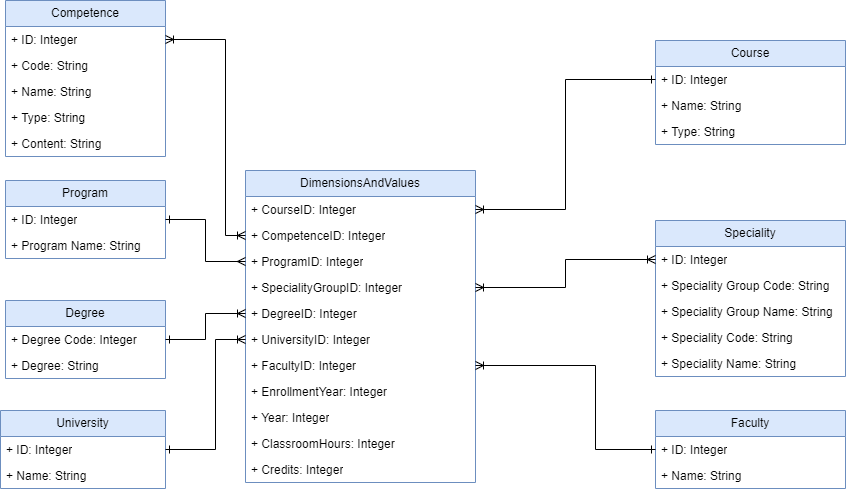
Above: Lab Work №3/docs/DWH.png in yunas-x/Diploma (draw.io), before the change. Source tidied: cells renumbered, new cells last; positions are measured from the earlier drawing's top-left corner, leaving out a move shared by most shapes. Its diagram source:
```xml
<mxGraphModel>
  <root>
    <mxCell id="0" />
    <mxCell id="1" parent="0" />
    <mxCell id="2" value="DimensionsAndValues" style="swimlane;fontStyle=0;horizontal=1;startSize=26;fillColor=#dae8fc;whiteSpace=wrap;html=1;strokeColor=#6c8ebf;" parent="1" vertex="1">
      <mxGeometry x="245" y="170" width="230" height="312" as="geometry" />
    </mxCell>
    <mxCell id="3" value="+ CourseID: Integer" style="text;strokeColor=none;fillColor=none;align=left;verticalAlign=top;spacingLeft=4;spacingRight=4;overflow=hidden;points=[[0,0.5],[1,0.5]];portConstraint=eastwest;whiteSpace=wrap;html=1;" parent="2" vertex="1">
      <mxGeometry y="26" width="230" height="26" as="geometry" />
    </mxCell>
    <mxCell id="4" value="+ CompetenceID: Integer" style="text;strokeColor=none;fillColor=none;align=left;verticalAlign=top;spacingLeft=4;spacingRight=4;overflow=hidden;points=[[0,0.5],[1,0.5]];portConstraint=eastwest;whiteSpace=wrap;html=1;" parent="2" vertex="1">
      <mxGeometry y="52" width="230" height="26" as="geometry" />
    </mxCell>
    <mxCell id="5" value="+ ProgramID: Integer" style="text;strokeColor=none;fillColor=none;align=left;verticalAlign=top;spacingLeft=4;spacingRight=4;overflow=hidden;points=[[0,0.5],[1,0.5]];portConstraint=eastwest;whiteSpace=wrap;html=1;" parent="2" vertex="1">
      <mxGeometry y="78" width="230" height="26" as="geometry" />
    </mxCell>
    <mxCell id="6" value="+ SpecialityGroupID: Integer" style="text;strokeColor=none;fillColor=none;align=left;verticalAlign=top;spacingLeft=4;spacingRight=4;overflow=hidden;points=[[0,0.5],[1,0.5]];portConstraint=eastwest;whiteSpace=wrap;html=1;" parent="2" vertex="1">
      <mxGeometry y="104" width="230" height="26" as="geometry" />
    </mxCell>
    <mxCell id="7" value="+ DegreeID: Integer" style="text;strokeColor=none;fillColor=none;align=left;verticalAlign=top;spacingLeft=4;spacingRight=4;overflow=hidden;points=[[0,0.5],[1,0.5]];portConstraint=eastwest;whiteSpace=wrap;html=1;" parent="2" vertex="1">
      <mxGeometry y="130" width="230" height="26" as="geometry" />
    </mxCell>
    <mxCell id="8" value="+ UniversityID: Integer" style="text;strokeColor=none;fillColor=none;align=left;verticalAlign=top;spacingLeft=4;spacingRight=4;overflow=hidden;points=[[0,0.5],[1,0.5]];portConstraint=eastwest;whiteSpace=wrap;html=1;" parent="2" vertex="1">
      <mxGeometry y="156" width="230" height="26" as="geometry" />
    </mxCell>
    <mxCell id="9" value="+ FacultyID: Integer" style="text;strokeColor=none;fillColor=none;align=left;verticalAlign=top;spacingLeft=4;spacingRight=4;overflow=hidden;points=[[0,0.5],[1,0.5]];portConstraint=eastwest;whiteSpace=wrap;html=1;" parent="2" vertex="1">
      <mxGeometry y="182" width="230" height="26" as="geometry" />
    </mxCell>
    <mxCell id="10" value="+ EnrollmentYear: Integer" style="text;strokeColor=none;fillColor=none;align=left;verticalAlign=top;spacingLeft=4;spacingRight=4;overflow=hidden;whiteSpace=wrap;html=1;" parent="2" vertex="1">
      <mxGeometry y="208" width="230" height="26" as="geometry" />
    </mxCell>
    <mxCell id="11" value="+ Year: Integer" style="text;strokeColor=none;fillColor=none;align=left;verticalAlign=top;spacingLeft=4;spacingRight=4;overflow=hidden;whiteSpace=wrap;html=1;" parent="2" vertex="1">
      <mxGeometry y="234" width="230" height="26" as="geometry" />
    </mxCell>
    <mxCell id="12" value="+ ClassroomHours&lt;span style=&quot;background-color: initial;&quot;&gt;: Integer&lt;/span&gt;" style="text;strokeColor=none;fillColor=none;align=left;verticalAlign=top;spacingLeft=4;spacingRight=4;overflow=hidden;whiteSpace=wrap;html=1;" parent="2" vertex="1">
      <mxGeometry y="260" width="230" height="26" as="geometry" />
    </mxCell>
    <mxCell id="13" value="+ Credits: Integer" style="text;strokeColor=none;fillColor=none;align=left;verticalAlign=top;spacingLeft=4;spacingRight=4;overflow=hidden;whiteSpace=wrap;html=1;" parent="2" vertex="1">
      <mxGeometry y="286" width="230" height="26" as="geometry" />
    </mxCell>
    <mxCell id="14" value="Course" style="swimlane;fontStyle=0;horizontal=1;startSize=26;fillColor=#dae8fc;whiteSpace=wrap;html=1;strokeColor=#6c8ebf;" parent="1" vertex="1">
      <mxGeometry x="655" y="40" width="190" height="104" as="geometry" />
    </mxCell>
    <mxCell id="15" value="+ ID: Integer" style="text;strokeColor=none;fillColor=none;align=left;verticalAlign=top;spacingLeft=4;spacingRight=4;overflow=hidden;points=[[0,0.5],[1,0.5]];portConstraint=eastwest;whiteSpace=wrap;html=1;" parent="14" vertex="1">
      <mxGeometry y="26" width="190" height="26" as="geometry" />
    </mxCell>
    <mxCell id="16" value="+ Name: String" style="text;strokeColor=none;fillColor=none;align=left;verticalAlign=top;spacingLeft=4;spacingRight=4;overflow=hidden;whiteSpace=wrap;html=1;" parent="14" vertex="1">
      <mxGeometry y="52" width="190" height="26" as="geometry" />
    </mxCell>
    <mxCell id="17" value="+ Type: String" style="text;strokeColor=none;fillColor=none;align=left;verticalAlign=top;spacingLeft=4;spacingRight=4;overflow=hidden;whiteSpace=wrap;html=1;" parent="14" vertex="1">
      <mxGeometry y="78" width="190" height="26" as="geometry" />
    </mxCell>
    <mxCell id="18" style="edgeStyle=orthogonalEdgeStyle;rounded=0;jettySize=auto;html=1;startArrow=ERoneToMany;startFill=0;endArrow=ERone;endFill=0;" parent="1" edge="1" source="3" target="15">
      <mxGeometry relative="1" as="geometry" />
    </mxCell>
    <mxCell id="19" value="Program" style="swimlane;fontStyle=0;horizontal=1;startSize=26;fillColor=#dae8fc;whiteSpace=wrap;html=1;strokeColor=#6c8ebf;" parent="1" vertex="1">
      <mxGeometry x="5" y="180" width="160" height="78" as="geometry" />
    </mxCell>
    <mxCell id="20" value="+ ID: Integer" style="text;strokeColor=none;fillColor=none;align=left;verticalAlign=top;spacingLeft=4;spacingRight=4;overflow=hidden;points=[[0,0.5],[1,0.5]];portConstraint=eastwest;whiteSpace=wrap;html=1;" parent="19" vertex="1">
      <mxGeometry y="26" width="160" height="26" as="geometry" />
    </mxCell>
    <mxCell id="21" value="+ Program Name: String" style="text;strokeColor=none;fillColor=none;align=left;verticalAlign=top;spacingLeft=4;spacingRight=4;overflow=hidden;whiteSpace=wrap;html=1;" parent="19" vertex="1">
      <mxGeometry y="52" width="160" height="26" as="geometry" />
    </mxCell>
    <mxCell id="22" style="edgeStyle=orthogonalEdgeStyle;rounded=0;jettySize=auto;html=1;entryX=0;entryY=0.5;entryDx=0;entryDy=0;endArrow=ERmany;endFill=0;startArrow=ERone;startFill=0;" parent="1" edge="1" source="20" target="5">
      <mxGeometry relative="1" as="geometry" />
    </mxCell>
    <mxCell id="23" value="Competence" style="swimlane;fontStyle=0;horizontal=1;startSize=26;fillColor=#dae8fc;whiteSpace=wrap;html=1;strokeColor=#6c8ebf;" parent="1" vertex="1">
      <mxGeometry x="5" width="160" height="156" as="geometry" />
    </mxCell>
    <mxCell id="24" value="+ ID: Integer" style="text;strokeColor=none;fillColor=none;align=left;verticalAlign=top;spacingLeft=4;spacingRight=4;overflow=hidden;points=[[0,0.5],[1,0.5]];portConstraint=eastwest;whiteSpace=wrap;html=1;" parent="23" vertex="1">
      <mxGeometry y="26" width="160" height="26" as="geometry" />
    </mxCell>
    <mxCell id="25" value="+ Code: String" style="text;strokeColor=none;fillColor=none;align=left;verticalAlign=top;spacingLeft=4;spacingRight=4;overflow=hidden;whiteSpace=wrap;html=1;" parent="23" vertex="1">
      <mxGeometry y="52" width="160" height="26" as="geometry" />
    </mxCell>
    <mxCell id="26" value="+ Name: String" style="text;strokeColor=none;fillColor=none;align=left;verticalAlign=top;spacingLeft=4;spacingRight=4;overflow=hidden;whiteSpace=wrap;html=1;" parent="23" vertex="1">
      <mxGeometry y="78" width="160" height="26" as="geometry" />
    </mxCell>
    <mxCell id="27" value="+ Type: String" style="text;strokeColor=none;fillColor=none;align=left;verticalAlign=top;spacingLeft=4;spacingRight=4;overflow=hidden;whiteSpace=wrap;html=1;" parent="23" vertex="1">
      <mxGeometry y="104" width="160" height="26" as="geometry" />
    </mxCell>
    <mxCell id="28" value="+ Content: String" style="text;strokeColor=none;fillColor=none;align=left;verticalAlign=top;spacingLeft=4;spacingRight=4;overflow=hidden;whiteSpace=wrap;html=1;" parent="23" vertex="1">
      <mxGeometry y="130" width="160" height="26" as="geometry" />
    </mxCell>
    <mxCell id="29" style="edgeStyle=orthogonalEdgeStyle;rounded=0;jettySize=auto;html=1;entryX=0;entryY=0.5;entryDx=0;entryDy=0;endArrow=ERoneToMany;endFill=0;startArrow=ERoneToMany;startFill=0;" parent="1" edge="1" source="24" target="4">
      <mxGeometry relative="1" as="geometry">
        <Array as="points">
          <mxPoint x="225" y="39" />
          <mxPoint x="225" y="235" />
        </Array>
      </mxGeometry>
    </mxCell>
    <mxCell id="30" value="Speciality" style="swimlane;fontStyle=0;horizontal=1;startSize=26;fillColor=#dae8fc;whiteSpace=wrap;html=1;strokeColor=#6c8ebf;" parent="1" vertex="1">
      <mxGeometry x="655" y="220" width="190" height="156" as="geometry" />
    </mxCell>
    <mxCell id="31" value="+ ID: Integer" style="text;strokeColor=none;fillColor=none;align=left;verticalAlign=top;spacingLeft=4;spacingRight=4;overflow=hidden;points=[[0,0.5],[1,0.5]];portConstraint=eastwest;whiteSpace=wrap;html=1;" parent="30" vertex="1">
      <mxGeometry y="26" width="190" height="26" as="geometry" />
    </mxCell>
    <mxCell id="32" value="+ Speciality Group Code: String" style="text;strokeColor=none;fillColor=none;align=left;verticalAlign=top;spacingLeft=4;spacingRight=4;overflow=hidden;whiteSpace=wrap;html=1;" parent="30" vertex="1">
      <mxGeometry y="52" width="190" height="26" as="geometry" />
    </mxCell>
    <mxCell id="33" value="+ Speciality Group Name: String" style="text;strokeColor=none;fillColor=none;align=left;verticalAlign=top;spacingLeft=4;spacingRight=4;overflow=hidden;whiteSpace=wrap;html=1;" parent="30" vertex="1">
      <mxGeometry y="78" width="190" height="26" as="geometry" />
    </mxCell>
    <mxCell id="34" value="+ Speciality Code: String" style="text;strokeColor=none;fillColor=none;align=left;verticalAlign=top;spacingLeft=4;spacingRight=4;overflow=hidden;whiteSpace=wrap;html=1;" parent="30" vertex="1">
      <mxGeometry y="104" width="190" height="26" as="geometry" />
    </mxCell>
    <mxCell id="35" value="+ Speciality Name: String" style="text;strokeColor=none;fillColor=none;align=left;verticalAlign=top;spacingLeft=4;spacingRight=4;overflow=hidden;whiteSpace=wrap;html=1;" parent="30" vertex="1">
      <mxGeometry y="130" width="190" height="26" as="geometry" />
    </mxCell>
    <mxCell id="36" style="edgeStyle=orthogonalEdgeStyle;rounded=0;jettySize=auto;html=1;startArrow=ERoneToMany;startFill=0;endArrow=ERoneToMany;endFill=0;entryX=0;entryY=0.5;entryDx=0;entryDy=0;" parent="1" edge="1" source="6" target="31">
      <mxGeometry relative="1" as="geometry" />
    </mxCell>
    <mxCell id="37" value="Degree" style="swimlane;fontStyle=0;horizontal=1;startSize=26;fillColor=#dae8fc;whiteSpace=wrap;html=1;strokeColor=#6c8ebf;" parent="1" vertex="1">
      <mxGeometry x="5" y="300" width="160" height="78" as="geometry" />
    </mxCell>
    <mxCell id="38" value="+ Degree Code: Integer" style="text;strokeColor=none;fillColor=none;align=left;verticalAlign=top;spacingLeft=4;spacingRight=4;overflow=hidden;points=[[0,0.5],[1,0.5]];portConstraint=eastwest;whiteSpace=wrap;html=1;" parent="37" vertex="1">
      <mxGeometry y="26" width="160" height="26" as="geometry" />
    </mxCell>
    <mxCell id="39" value="+ Degree: String" style="text;strokeColor=none;fillColor=none;align=left;verticalAlign=top;spacingLeft=4;spacingRight=4;overflow=hidden;whiteSpace=wrap;html=1;" parent="37" vertex="1">
      <mxGeometry y="52" width="160" height="26" as="geometry" />
    </mxCell>
    <mxCell id="40" style="edgeStyle=orthogonalEdgeStyle;rounded=0;jettySize=auto;html=1;startArrow=ERoneToMany;startFill=0;endArrow=ERone;endFill=0;exitX=0;exitY=0.5;exitDx=0;exitDy=0;" parent="1" edge="1" source="7" target="38">
      <mxGeometry relative="1" as="geometry" />
    </mxCell>
    <mxCell id="41" value="University" style="swimlane;fontStyle=0;horizontal=1;startSize=26;whiteSpace=wrap;html=1;fillColor=#dae8fc;strokeColor=#6c8ebf;" parent="1" vertex="1">
      <mxGeometry y="410" width="165" height="78" as="geometry" />
    </mxCell>
    <mxCell id="42" value="+ ID: Integer" style="text;align=left;verticalAlign=top;spacingLeft=4;spacingRight=4;overflow=hidden;points=[[0,0.5],[1,0.5]];portConstraint=eastwest;whiteSpace=wrap;html=1;" parent="41" vertex="1">
      <mxGeometry y="26" width="165" height="26" as="geometry" />
    </mxCell>
    <mxCell id="43" value="+ Name: String" style="text;strokeColor=none;fillColor=none;align=left;verticalAlign=top;spacingLeft=4;spacingRight=4;overflow=hidden;whiteSpace=wrap;html=1;" parent="41" vertex="1">
      <mxGeometry y="52" width="165" height="26" as="geometry" />
    </mxCell>
    <mxCell id="44" style="edgeStyle=orthogonalEdgeStyle;rounded=0;jettySize=auto;html=1;startArrow=ERoneToMany;startFill=0;endArrow=ERone;endFill=0;exitX=0;exitY=0.5;exitDx=0;exitDy=0;" parent="1" edge="1" source="8" target="42">
      <mxGeometry relative="1" as="geometry">
        <Array as="points">
          <mxPoint x="215" y="339" />
          <mxPoint x="215" y="449" />
        </Array>
      </mxGeometry>
    </mxCell>
    <mxCell id="45" value="Faculty" style="swimlane;fontStyle=0;horizontal=1;startSize=26;fillColor=#dae8fc;whiteSpace=wrap;html=1;strokeColor=#6c8ebf;" parent="1" vertex="1">
      <mxGeometry x="655" y="410" width="190" height="78" as="geometry" />
    </mxCell>
    <mxCell id="46" value="+ ID: Integer" style="text;strokeColor=none;fillColor=none;align=left;verticalAlign=top;spacingLeft=4;spacingRight=4;overflow=hidden;whiteSpace=wrap;html=1;" parent="45" vertex="1">
      <mxGeometry y="26" width="190" height="26" as="geometry" />
    </mxCell>
    <mxCell id="47" value="+ Name: String" style="text;strokeColor=none;fillColor=none;align=left;verticalAlign=top;spacingLeft=4;spacingRight=4;overflow=hidden;whiteSpace=wrap;html=1;" parent="45" vertex="1">
      <mxGeometry y="52" width="190" height="26" as="geometry" />
    </mxCell>
    <mxCell id="48" style="edgeStyle=orthogonalEdgeStyle;rounded=0;jettySize=auto;html=1;startArrow=ERoneToMany;startFill=0;endArrow=ERone;endFill=0;" parent="1" edge="1" source="9" target="45">
      <mxGeometry relative="1" as="geometry">
        <Array as="points">
          <mxPoint x="595" y="365" />
        </Array>
      </mxGeometry>
    </mxCell>
  </root>
</mxGraphModel>
```
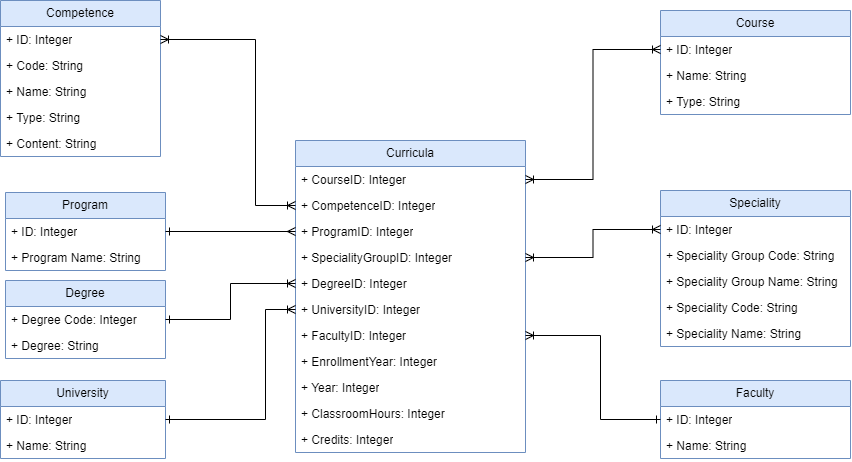
The same file after the commit.

The edit, as a diff of the source:
```diff
@@ -2,8 +2,8 @@
   <root>
     <mxCell id="0" />
     <mxCell id="1" parent="0" />
-    <mxCell id="2" value="DimensionsAndValues" style="swimlane;fontStyle=0;horizontal=1;startSize=26;fillColor=#dae8fc;whiteSpace=wrap;html=1;strokeColor=#6c8ebf;" parent="1" vertex="1">
-      <mxGeometry x="245" y="170" width="230" height="312" as="geometry" />
+    <mxCell id="2" value="Curricula" style="swimlane;fontStyle=0;horizontal=1;startSize=26;fillColor=#dae8fc;whiteSpace=wrap;html=1;strokeColor=#6c8ebf;" parent="1" vertex="1">
+      <mxGeometry x="290" y="170" width="230" height="312" as="geometry" />
     </mxCell>
     <mxCell id="3" value="+ CourseID: Integer" style="text;strokeColor=none;fillColor=none;align=left;verticalAlign=top;spacingLeft=4;spacingRight=4;overflow=hidden;points=[[0,0.5],[1,0.5]];portConstraint=eastwest;whiteSpace=wrap;html=1;" parent="2" vertex="1">
       <mxGeometry y="26" width="230" height="26" as="geometry" />
@@ -50,11 +50,11 @@
     <mxCell id="17" value="+ Type: String" style="text;strokeColor=none;fillColor=none;align=left;verticalAlign=top;spacingLeft=4;spacingRight=4;overflow=hidden;whiteSpace=wrap;html=1;" parent="14" vertex="1">
       <mxGeometry y="78" width="190" height="26" as="geometry" />
     </mxCell>
-    <mxCell id="18" style="edgeStyle=orthogonalEdgeStyle;rounded=0;jettySize=auto;html=1;startArrow=ERoneToMany;startFill=0;endArrow=ERone;endFill=0;" parent="1" edge="1" source="3" target="15">
+    <mxCell id="18" style="edgeStyle=orthogonalEdgeStyle;rounded=0;jettySize=auto;html=1;startArrow=ERoneToMany;startFill=0;endArrow=ERoneToMany;endFill=0;" parent="1" edge="1" source="3" target="15">
       <mxGeometry relative="1" as="geometry" />
     </mxCell>
     <mxCell id="19" value="Program" style="swimlane;fontStyle=0;horizontal=1;startSize=26;fillColor=#dae8fc;whiteSpace=wrap;html=1;strokeColor=#6c8ebf;" parent="1" vertex="1">
-      <mxGeometry x="5" y="180" width="160" height="78" as="geometry" />
+      <mxGeometry y="222" width="160" height="78" as="geometry" />
     </mxCell>
     <mxCell id="20" value="+ ID: Integer" style="text;strokeColor=none;fillColor=none;align=left;verticalAlign=top;spacingLeft=4;spacingRight=4;overflow=hidden;points=[[0,0.5],[1,0.5]];portConstraint=eastwest;whiteSpace=wrap;html=1;" parent="19" vertex="1">
       <mxGeometry y="26" width="160" height="26" as="geometry" />
@@ -66,7 +66,7 @@
       <mxGeometry relative="1" as="geometry" />
     </mxCell>
     <mxCell id="23" value="Competence" style="swimlane;fontStyle=0;horizontal=1;startSize=26;fillColor=#dae8fc;whiteSpace=wrap;html=1;strokeColor=#6c8ebf;" parent="1" vertex="1">
-      <mxGeometry x="5" width="160" height="156" as="geometry" />
+      <mxGeometry x="-5" y="30" width="160" height="156" as="geometry" />
     </mxCell>
     <mxCell id="24" value="+ ID: Integer" style="text;strokeColor=none;fillColor=none;align=left;verticalAlign=top;spacingLeft=4;spacingRight=4;overflow=hidden;points=[[0,0.5],[1,0.5]];portConstraint=eastwest;whiteSpace=wrap;html=1;" parent="23" vertex="1">
       <mxGeometry y="26" width="160" height="26" as="geometry" />
@@ -86,8 +86,8 @@
     <mxCell id="29" style="edgeStyle=orthogonalEdgeStyle;rounded=0;jettySize=auto;html=1;entryX=0;entryY=0.5;entryDx=0;entryDy=0;endArrow=ERoneToMany;endFill=0;startArrow=ERoneToMany;startFill=0;" parent="1" edge="1" source="24" target="4">
       <mxGeometry relative="1" as="geometry">
         <Array as="points">
-          <mxPoint x="225" y="39" />
-          <mxPoint x="225" y="235" />
+          <mxPoint x="250" y="69" />
+          <mxPoint x="250" y="235" />
         </Array>
       </mxGeometry>
     </mxCell>
@@ -113,7 +113,7 @@
       <mxGeometry relative="1" as="geometry" />
     </mxCell>
     <mxCell id="37" value="Degree" style="swimlane;fontStyle=0;horizontal=1;startSize=26;fillColor=#dae8fc;whiteSpace=wrap;html=1;strokeColor=#6c8ebf;" parent="1" vertex="1">
-      <mxGeometry x="5" y="300" width="160" height="78" as="geometry" />
+      <mxGeometry y="310" width="160" height="78" as="geometry" />
     </mxCell>
     <mxCell id="38" value="+ Degree Code: Integer" style="text;strokeColor=none;fillColor=none;align=left;verticalAlign=top;spacingLeft=4;spacingRight=4;overflow=hidden;points=[[0,0.5],[1,0.5]];portConstraint=eastwest;whiteSpace=wrap;html=1;" parent="37" vertex="1">
       <mxGeometry y="26" width="160" height="26" as="geometry" />
@@ -125,7 +125,7 @@
       <mxGeometry relative="1" as="geometry" />
     </mxCell>
     <mxCell id="41" value="University" style="swimlane;fontStyle=0;horizontal=1;startSize=26;whiteSpace=wrap;html=1;fillColor=#dae8fc;strokeColor=#6c8ebf;" parent="1" vertex="1">
-      <mxGeometry y="410" width="165" height="78" as="geometry" />
+      <mxGeometry x="-5" y="410" width="165" height="78" as="geometry" />
     </mxCell>
     <mxCell id="42" value="+ ID: Integer" style="text;align=left;verticalAlign=top;spacingLeft=4;spacingRight=4;overflow=hidden;points=[[0,0.5],[1,0.5]];portConstraint=eastwest;whiteSpace=wrap;html=1;" parent="41" vertex="1">
       <mxGeometry y="26" width="165" height="26" as="geometry" />
@@ -136,8 +136,8 @@
     <mxCell id="44" style="edgeStyle=orthogonalEdgeStyle;rounded=0;jettySize=auto;html=1;startArrow=ERoneToMany;startFill=0;endArrow=ERone;endFill=0;exitX=0;exitY=0.5;exitDx=0;exitDy=0;" parent="1" edge="1" source="8" target="42">
       <mxGeometry relative="1" as="geometry">
         <Array as="points">
-          <mxPoint x="215" y="339" />
-          <mxPoint x="215" y="449" />
+          <mxPoint x="260" y="339" />
+          <mxPoint x="260" y="449" />
         </Array>
       </mxGeometry>
     </mxCell>
```
